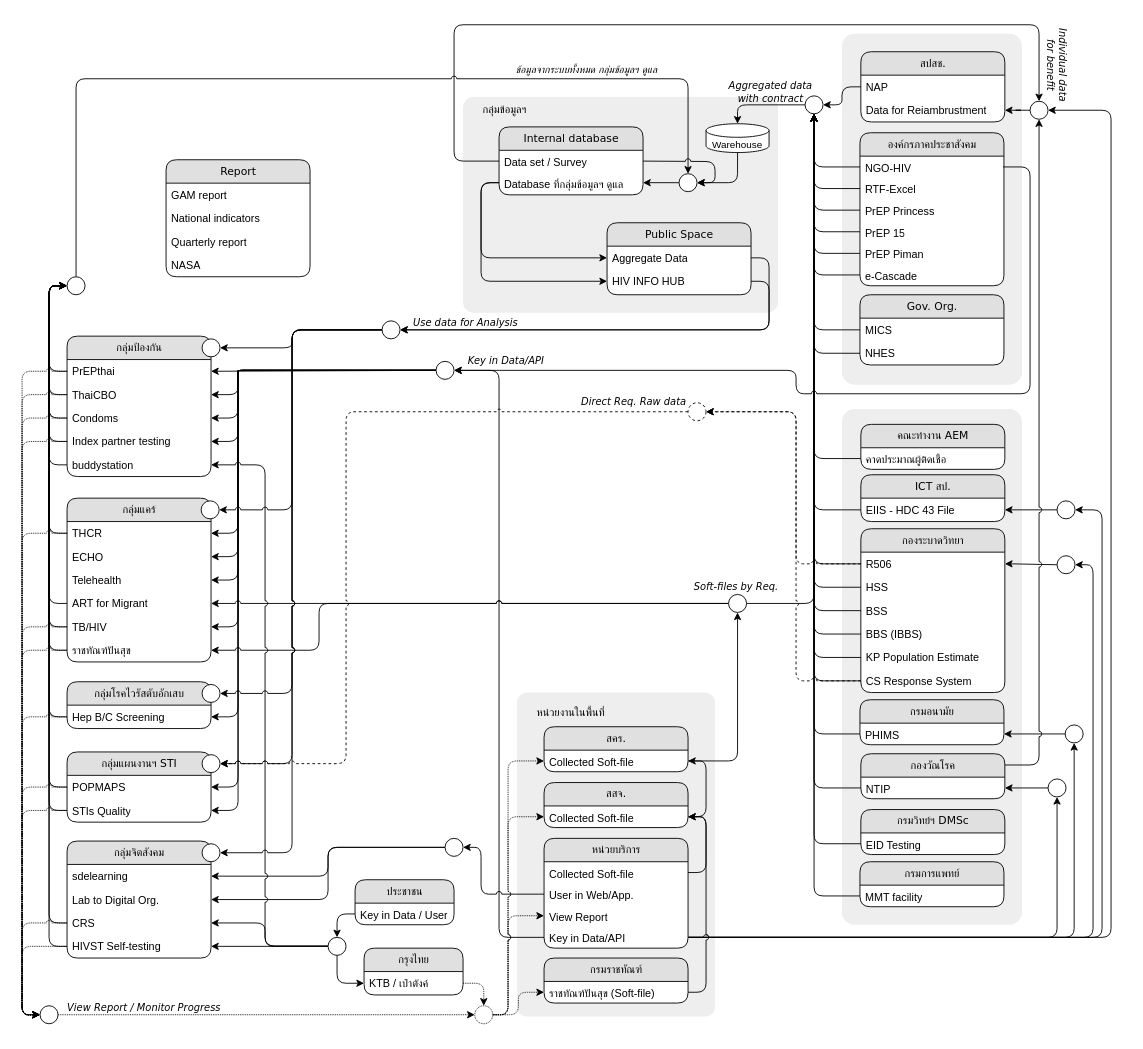
This is page "V2" (1 of 3) of DataSourceOVW.drawio from anun311/regist, a draw.io file, before an edit. Source tidied: cells renumbered, new cells numbered last; positions are measured from the earlier drawing's top-left corner, leaving out a move shared by most shapes. Both pictures are drawn from the tidied source at 90%, with x=0, y=0 at pixel (40, 24).
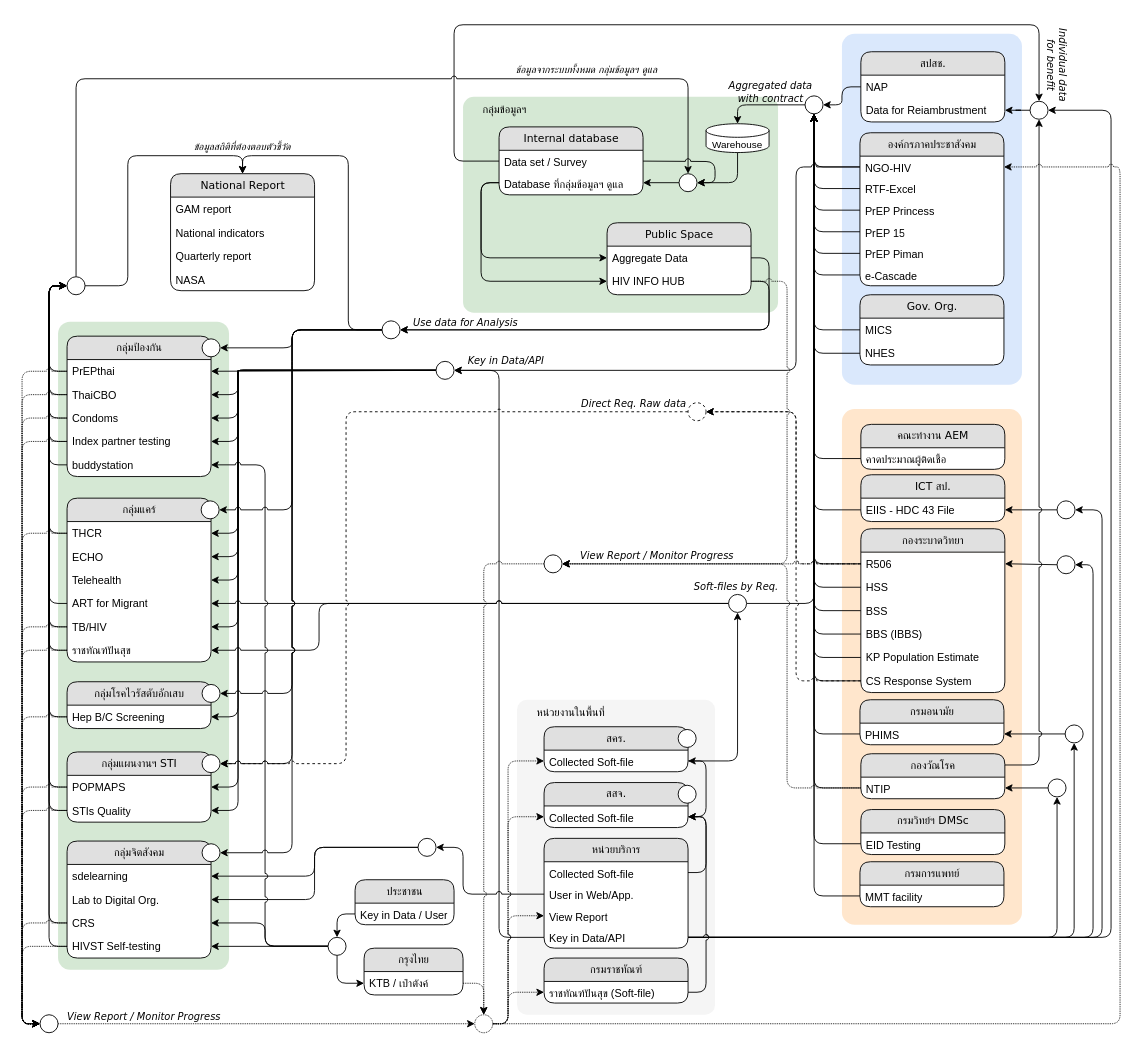
The same diagram, later.

The change refers to these unchanged cells:
```xml
<mxCell id="12" value="R506" style="text;html=1;strokeColor=none;fillColor=none;spacingLeft=4;spacingRight=4;whiteSpace=wrap;overflow=hidden;points=[[0,0.5],[1,0.5]];portConstraint=eastwest;" parent="11" vertex="1">
  <mxGeometry y="26" width="160" height="26" as="geometry" />
</mxCell>
<mxCell id="21" value="NGO-HIV" style="text;html=1;strokeColor=none;fillColor=none;spacingLeft=4;spacingRight=4;whiteSpace=wrap;overflow=hidden;points=[[0,0.5],[1,0.5]];portConstraint=eastwest;" parent="20" vertex="1">
  <mxGeometry y="26" width="160" height="24" as="geometry" />
</mxCell>
<mxCell id="30" value="NTIP" style="text;html=1;strokeColor=none;fillColor=none;spacingLeft=4;spacingRight=4;whiteSpace=wrap;overflow=hidden;points=[[0,0.5],[1,0.5]];portConstraint=eastwest;" parent="29" vertex="1">
  <mxGeometry y="26" width="160" height="24" as="geometry" />
</mxCell>
<mxCell id="37" value="User in Web/App." style="text;html=1;strokeColor=none;fillColor=none;spacingLeft=4;spacingRight=4;whiteSpace=wrap;overflow=hidden;points=[[0,0.5],[1,0.5]];portConstraint=eastwest;" parent="35" vertex="1">
  <mxGeometry y="50" width="160" height="24" as="geometry" />
</mxCell>
<mxCell id="38" value="View Report" style="text;html=1;strokeColor=none;fillColor=none;spacingLeft=4;spacingRight=4;whiteSpace=wrap;overflow=hidden;points=[[0,0.5],[1,0.5]];portConstraint=eastwest;" parent="35" vertex="1">
  <mxGeometry y="74" width="160" height="24" as="geometry" />
</mxCell>
<mxCell id="43" value="HIV INFO HUB" style="text;html=1;strokeColor=none;fillColor=none;spacingLeft=4;spacingRight=4;whiteSpace=wrap;overflow=hidden;points=[[0,0.5],[1,0.5]];portConstraint=eastwest;" parent="41" vertex="1">
  <mxGeometry y="52" width="160" height="26" as="geometry" />
</mxCell>
<mxCell id="83" value="Collected Soft-file" style="text;html=1;strokeColor=none;fillColor=none;spacingLeft=4;spacingRight=4;whiteSpace=wrap;overflow=hidden;points=[[0,0.5],[1,0.5]];portConstraint=eastwest;" parent="82" vertex="1">
  <mxGeometry y="26" width="160" height="24" as="geometry" />
</mxCell>
<mxCell id="85" value="Collected Soft-file" style="text;html=1;strokeColor=none;fillColor=none;spacingLeft=4;spacingRight=4;whiteSpace=wrap;overflow=hidden;points=[[0,0.5],[1,0.5]];portConstraint=eastwest;" parent="84" vertex="1">
  <mxGeometry y="26" width="160" height="24" as="geometry" />
</mxCell>
<mxCell id="144" style="ellipse;whiteSpace=wrap;html=1;fontFamily=Helvetica;fontSize=11;fontColor=default;" parent="1" vertex="1">
  <mxGeometry x="440" y="374" width="20" height="20" as="geometry" />
</mxCell>
<mxCell id="147" value="ราชทัณฑ์ปันสุข (Soft-file)" style="text;html=1;strokeColor=none;fillColor=none;spacingLeft=4;spacingRight=4;whiteSpace=wrap;overflow=hidden;points=[[0,0.5],[1,0.5]];portConstraint=eastwest;" parent="146" vertex="1">
  <mxGeometry y="26" width="160" height="24" as="geometry" />
</mxCell>
<mxCell id="166" style="ellipse;whiteSpace=wrap;html=1;fontFamily=Helvetica;fontSize=11;fontColor=default;" parent="1" vertex="1">
  <mxGeometry x="30" y="280" width="20" height="20" as="geometry" />
</mxCell>
<mxCell id="190" style="ellipse;whiteSpace=wrap;html=1;fontFamily=Helvetica;fontSize=11;fontColor=default;" parent="1" vertex="1">
  <mxGeometry x="380" y="329" width="20" height="20" as="geometry" />
</mxCell>
```

What changed in the source:
```diff
@@
+    <mxCell id="229" style="rounded=1;whiteSpace=wrap;html=1;fontFamily=Helvetica;fontSize=11;arcSize=7;fillColor=#d5e8d4;strokeColor=none;" parent="1" vertex="1">
+      <mxGeometry x="20" y="330" width="190" height="720" as="geometry" />
+    </mxCell>
-    <mxCell id="2" style="rounded=1;whiteSpace=wrap;html=1;fontFamily=Helvetica;fontSize=11;arcSize=7;fillColor=#eeeeee;strokeColor=none;" parent="1" vertex="1">
+    <mxCell id="2" style="rounded=1;whiteSpace=wrap;html=1;fontFamily=Helvetica;fontSize=11;arcSize=7;fillColor=#ffe6cc;strokeColor=none;" parent="1" vertex="1">
       <mxGeometry x="891" y="427" width="200" height="573" as="geometry" />
     </mxCell>
@@
-    <mxCell id="4" style="rounded=1;whiteSpace=wrap;html=1;fontFamily=Helvetica;fontSize=11;arcSize=5;fillColor=#eeeeee;strokeColor=none;" parent="1" vertex="1">
-      <mxGeometry x="530" y="742" width="220" height="360" as="geometry" />
+    <mxCell id="4" style="rounded=1;whiteSpace=wrap;html=1;fontFamily=Helvetica;fontSize=11;arcSize=5;fillColor=#f5f5f5;strokeColor=none;fontColor=#333333;" parent="1" vertex="1">
+      <mxGeometry x="530" y="750" width="220" height="350" as="geometry" />
     </mxCell>
-    <mxCell id="5" style="rounded=1;whiteSpace=wrap;html=1;fontFamily=Helvetica;fontSize=11;arcSize=7;fillColor=#eeeeee;strokeColor=none;" parent="1" vertex="1">
+    <mxCell id="5" style="rounded=1;whiteSpace=wrap;html=1;fontFamily=Helvetica;fontSize=11;arcSize=7;fillColor=#dae8fc;strokeColor=none;" parent="1" vertex="1">
       <mxGeometry x="891" y="10" width="200" height="390" as="geometry" />
     </mxCell>
@@
-    <mxCell id="40" style="rounded=1;whiteSpace=wrap;html=1;fontFamily=Helvetica;fontSize=11;arcSize=5;fillColor=#eeeeee;strokeColor=none;" parent="1" vertex="1">
+    <mxCell id="40" style="rounded=1;whiteSpace=wrap;html=1;fontFamily=Helvetica;fontSize=11;arcSize=5;fillColor=#d5e8d4;strokeColor=none;" parent="1" vertex="1">
       <mxGeometry x="470" y="80" width="350" height="240" as="geometry" />
     </mxCell>
@@
-    <mxCell id="101" value="Report" style="swimlane;html=1;fontStyle=0;horizontal=1;startSize=26;fillColor=#e0e0e0;swimlaneFillColor=#ffffff;align=center;rounded=1;shadow=0;comic=0;labelBackgroundColor=none;strokeWidth=1;fontFamily=Verdana;fontSize=12;" parent="1" vertex="1">
-      <mxGeometry x="140" y="150" width="160" height="130" as="geometry" />
+    <mxCell id="101" value="National Report" style="swimlane;html=1;fontStyle=0;horizontal=1;startSize=26;fillColor=#e0e0e0;swimlaneFillColor=#ffffff;align=center;rounded=1;shadow=0;comic=0;labelBackgroundColor=none;strokeWidth=1;fontFamily=Verdana;fontSize=12;" parent="1" vertex="1">
+      <mxGeometry x="145" y="165.5" width="160" height="130" as="geometry" />
     </mxCell>
@@
     <mxCell id="132" style="ellipse;whiteSpace=wrap;html=1;fontFamily=Helvetica;fontSize=11;fontColor=default;" parent="1" vertex="1">
-      <mxGeometry x="450" y="904" width="20" height="20" as="geometry" />
+      <mxGeometry x="420" y="904" width="20" height="20" as="geometry" />
     </mxCell>
@@
     <mxCell id="152" style="edgeStyle=orthogonalEdgeStyle;shape=connector;rounded=1;jumpStyle=arc;jettySize=auto;html=1;labelBackgroundColor=default;strokeColor=default;align=center;verticalAlign=middle;fontFamily=Helvetica;fontSize=11;fontColor=default;endArrow=classic;entryX=1;entryY=0.5;entryDx=0;entryDy=0;" parent="1" edge="1" source="37" target="132">
       <mxGeometry relative="1" as="geometry">
         <Array as="points">
-          <mxPoint x="490" y="966" />
-          <mxPoint x="490" y="914" />
+          <mxPoint x="470" y="966" />
+          <mxPoint x="470" y="914" />
         </Array>
       </mxGeometry>
     </mxCell>
@@
+    <mxCell id="230" style="shape=connector;rounded=1;jumpStyle=arc;jettySize=auto;html=1;entryX=0.5;entryY=0;entryDx=0;entryDy=0;labelBackgroundColor=default;strokeColor=default;align=center;verticalAlign=middle;fontFamily=Helvetica;fontSize=11;fontColor=default;endArrow=classic;edgeStyle=orthogonalEdgeStyle;" parent="1" edge="1" source="166" target="101">
+      <mxGeometry relative="1" as="geometry" />
+    </mxCell>
@@
+    <mxCell id="231" style="edgeStyle=orthogonalEdgeStyle;shape=connector;rounded=1;jumpStyle=arc;jettySize=auto;html=1;entryX=0.5;entryY=0;entryDx=0;entryDy=0;labelBackgroundColor=default;strokeColor=default;align=center;verticalAlign=middle;fontFamily=Helvetica;fontSize=11;fontColor=default;endArrow=classic;" parent="1" edge="1" source="190" target="101">
+      <mxGeometry relative="1" as="geometry" />
+    </mxCell>
@@
     <mxCell id="203" value="Direct Req. Raw data" style="text;html=1;strokeColor=none;fillColor=none;align=center;verticalAlign=middle;whiteSpace=wrap;rounded=0;fontSize=11;fontFamily=Verdana;fontColor=default;fontStyle=2;" parent="1" vertex="1">
-      <mxGeometry x="600" y="404" width="120" height="30" as="geometry" />
+      <mxGeometry x="600" y="406" width="120" height="30" as="geometry" />
     </mxCell>
@@
-    <mxCell id="206" style="shape=connector;rounded=1;jumpStyle=arc;jettySize=auto;html=1;entryX=1;entryY=0.5;entryDx=0;entryDy=0;labelBackgroundColor=default;strokeColor=default;align=center;verticalAlign=middle;fontFamily=Helvetica;fontSize=11;fontColor=default;endArrow=classic;edgeStyle=orthogonalEdgeStyle;" parent="1" edge="1" target="144">
-      <mxGeometry relative="1" as="geometry">
-        <mxPoint x="1070" y="158" as="sourcePoint" />
-        <Array as="points">
-          <mxPoint x="1100" y="158" />
-          <mxPoint x="1100" y="410" />
-          <mxPoint x="840" y="410" />
-          <mxPoint x="840" y="384" />
-        </Array>
-      </mxGeometry>
-    </mxCell>
@@
     <mxCell id="208" style="ellipse;whiteSpace=wrap;html=1;fontFamily=Helvetica;fontSize=11;fontColor=default;" parent="1" vertex="1">
-      <mxGeometry y="1090" width="20" height="20" as="geometry" />
+      <mxGeometry y="1100" width="20" height="20" as="geometry" />
     </mxCell>
     <mxCell id="209" value="View Report / Monitor Progress&amp;nbsp;" style="text;html=1;strokeColor=none;fillColor=none;align=center;verticalAlign=middle;whiteSpace=wrap;rounded=0;fontSize=11;fontFamily=Verdana;fontColor=default;fontStyle=2;" parent="1" vertex="1">
-      <mxGeometry x="20" y="1077" width="195" height="30" as="geometry" />
+      <mxGeometry x="20" y="1087" width="195" height="30" as="geometry" />
     </mxCell>
     <mxCell id="210" style="edgeStyle=orthogonalEdgeStyle;shape=connector;rounded=1;jumpStyle=arc;jettySize=auto;html=1;exitX=1;exitY=0.5;exitDx=0;exitDy=0;entryX=0;entryY=0.5;entryDx=0;entryDy=0;dashed=1;dashPattern=1 1;labelBackgroundColor=default;strokeColor=default;align=center;verticalAlign=middle;fontFamily=Helvetica;fontSize=11;fontColor=default;endArrow=classic;" parent="1" edge="1" source="214" target="147">
-      <mxGeometry relative="1" as="geometry" />
+      <mxGeometry relative="1" as="geometry">
+        <Array as="points">
+          <mxPoint x="520" y="1110" />
+          <mxPoint x="520" y="1075" />
+        </Array>
+      </mxGeometry>
     </mxCell>
-    <mxCell id="211" style="edgeStyle=orthogonalEdgeStyle;shape=connector;rounded=1;jumpStyle=arc;jettySize=auto;html=1;entryX=0;entryY=0.5;entryDx=0;entryDy=0;dashed=1;dashPattern=1 1;labelBackgroundColor=default;strokeColor=default;align=center;verticalAlign=middle;fontFamily=Helvetica;fontSize=11;fontColor=default;endArrow=classic;" parent="1" edge="1" source="214" target="38">
+    <mxCell id="211" style="edgeStyle=orthogonalEdgeStyle;shape=connector;rounded=1;jumpStyle=arc;jettySize=auto;html=1;entryX=0;entryY=0.5;entryDx=0;entryDy=0;dashed=1;dashPattern=1 1;labelBackgroundColor=default;strokeColor=default;align=center;verticalAlign=middle;fontFamily=Helvetica;fontSize=11;fontColor=default;endArrow=classic;exitX=1;exitY=0.5;exitDx=0;exitDy=0;" parent="1" edge="1" source="214" target="38">
       <mxGeometry relative="1" as="geometry">
         <Array as="points">
-          <mxPoint x="520" y="1100" />
+          <mxPoint x="520" y="1110" />
           <mxPoint x="520" y="990" />
         </Array>
       </mxGeometry>
     </mxCell>
-    <mxCell id="212" style="edgeStyle=orthogonalEdgeStyle;shape=connector;rounded=1;jumpStyle=arc;jettySize=auto;html=1;entryX=0;entryY=0.5;entryDx=0;entryDy=0;dashed=1;dashPattern=1 1;labelBackgroundColor=default;strokeColor=default;align=center;verticalAlign=middle;fontFamily=Helvetica;fontSize=11;fontColor=default;endArrow=classic;" parent="1" edge="1" source="214" target="85">
+    <mxCell id="212" style="edgeStyle=orthogonalEdgeStyle;shape=connector;rounded=1;jumpStyle=arc;jettySize=auto;html=1;entryX=0;entryY=0.5;entryDx=0;entryDy=0;dashed=1;dashPattern=1 1;labelBackgroundColor=default;strokeColor=default;align=center;verticalAlign=middle;fontFamily=Helvetica;fontSize=11;fontColor=default;endArrow=classic;exitX=1;exitY=0.5;exitDx=0;exitDy=0;" parent="1" edge="1" source="214" target="85">
       <mxGeometry relative="1" as="geometry">
         <Array as="points">
-          <mxPoint x="520" y="1100" />
+          <mxPoint x="520" y="1110" />
           <mxPoint x="520" y="880" />
         </Array>
       </mxGeometry>
     </mxCell>
-    <mxCell id="213" style="edgeStyle=orthogonalEdgeStyle;shape=connector;rounded=1;jumpStyle=arc;jettySize=auto;html=1;entryX=0;entryY=0.5;entryDx=0;entryDy=0;dashed=1;dashPattern=1 1;labelBackgroundColor=default;strokeColor=default;align=center;verticalAlign=middle;fontFamily=Helvetica;fontSize=11;fontColor=default;endArrow=classic;" parent="1" edge="1" source="214" target="83">
+    <mxCell id="213" style="edgeStyle=orthogonalEdgeStyle;shape=connector;rounded=1;jumpStyle=arc;jettySize=auto;html=1;entryX=0;entryY=0.5;entryDx=0;entryDy=0;dashed=1;dashPattern=1 1;labelBackgroundColor=default;strokeColor=default;align=center;verticalAlign=middle;fontFamily=Helvetica;fontSize=11;fontColor=default;endArrow=classic;exitX=1;exitY=0.5;exitDx=0;exitDy=0;" parent="1" edge="1" source="214" target="83">
       <mxGeometry relative="1" as="geometry">
         <Array as="points">
-          <mxPoint x="520" y="1100" />
+          <mxPoint x="520" y="1110" />
           <mxPoint x="520" y="818" />
         </Array>
       </mxGeometry>
     </mxCell>
+    <mxCell id="232" style="edgeStyle=orthogonalEdgeStyle;shape=connector;rounded=1;jumpStyle=arc;jettySize=auto;html=1;entryX=1;entryY=0.5;entryDx=0;entryDy=0;dashed=1;dashPattern=1 1;labelBackgroundColor=default;strokeColor=default;align=center;verticalAlign=middle;fontFamily=Helvetica;fontSize=11;fontColor=default;endArrow=classic;exitX=1;exitY=0.5;exitDx=0;exitDy=0;" parent="1" edge="1" source="214" target="21">
+      <mxGeometry relative="1" as="geometry">
+        <Array as="points">
+          <mxPoint x="1200" y="1110" />
+          <mxPoint x="1200" y="158" />
+        </Array>
+      </mxGeometry>
+    </mxCell>
     <mxCell id="214" style="ellipse;whiteSpace=wrap;html=1;fontFamily=Helvetica;fontSize=11;fontColor=default;dashed=1;dashPattern=1 1;" parent="1" vertex="1">
-      <mxGeometry x="483" y="1090" width="20" height="20" as="geometry" />
+      <mxGeometry x="483" y="1100" width="20" height="20" as="geometry" />
     </mxCell>
@@
+    <mxCell id="206" style="shape=connector;rounded=1;jumpStyle=arc;jettySize=auto;html=1;entryX=1;entryY=0.5;entryDx=0;entryDy=0;labelBackgroundColor=default;strokeColor=default;align=center;verticalAlign=middle;fontFamily=Helvetica;fontSize=11;fontColor=default;endArrow=classic;edgeStyle=orthogonalEdgeStyle;exitX=0;exitY=0.5;exitDx=0;exitDy=0;" parent="1" edge="1" source="21" target="144">
+      <mxGeometry relative="1" as="geometry">
+        <Array as="points">
+          <mxPoint x="840" y="158" />
+          <mxPoint x="840" y="384" />
+        </Array>
+      </mxGeometry>
+    </mxCell>
+    <mxCell id="233" value="ข้อมูลสถิติที่ต้องตอบตัวชี้วัด" style="text;html=1;strokeColor=none;fillColor=none;align=center;verticalAlign=middle;whiteSpace=wrap;rounded=0;fontSize=11;fontFamily=Verdana;fontColor=default;fontStyle=2;" parent="1" vertex="1">
+      <mxGeometry x="160" y="121" width="130" height="30" as="geometry" />
+    </mxCell>
+    <mxCell id="234" style="ellipse;whiteSpace=wrap;html=1;fontFamily=Helvetica;fontSize=11;fontColor=default;" parent="1" vertex="1">
+      <mxGeometry x="709" y="783" width="20" height="20" as="geometry" />
+    </mxCell>
+    <mxCell id="235" style="ellipse;whiteSpace=wrap;html=1;fontFamily=Helvetica;fontSize=11;fontColor=default;" parent="1" vertex="1">
+      <mxGeometry x="709" y="845" width="20" height="20" as="geometry" />
+    </mxCell>
+    <mxCell id="236" style="edgeStyle=orthogonalEdgeStyle;shape=connector;rounded=1;jumpStyle=arc;jettySize=auto;html=1;entryX=0.5;entryY=0;entryDx=0;entryDy=0;dashed=1;dashPattern=1 1;labelBackgroundColor=default;strokeColor=default;align=center;verticalAlign=middle;fontFamily=Helvetica;fontSize=11;fontColor=default;endArrow=classic;" parent="1" edge="1" source="237" target="214">
+      <mxGeometry relative="1" as="geometry" />
+    </mxCell>
+    <mxCell id="237" style="ellipse;whiteSpace=wrap;html=1;fontFamily=Helvetica;fontSize=11;fontColor=default;" parent="1" vertex="1">
+      <mxGeometry x="560" y="589" width="20" height="20" as="geometry" />
+    </mxCell>
+    <mxCell id="238" value="View Report / Monitor Progress&amp;nbsp;" style="text;html=1;strokeColor=none;fillColor=none;align=center;verticalAlign=middle;whiteSpace=wrap;rounded=0;fontSize=11;fontFamily=Verdana;fontColor=default;fontStyle=2;" parent="1" vertex="1">
+      <mxGeometry x="590" y="575" width="195" height="30" as="geometry" />
+    </mxCell>
+    <mxCell id="239" style="edgeStyle=orthogonalEdgeStyle;shape=connector;rounded=1;jumpStyle=arc;jettySize=auto;html=1;dashed=1;dashPattern=1 1;labelBackgroundColor=default;strokeColor=default;align=center;verticalAlign=middle;fontFamily=Helvetica;fontSize=11;fontColor=default;endArrow=classic;entryX=1;entryY=0.5;entryDx=0;entryDy=0;" parent="1" edge="1" source="12" target="237">
+      <mxGeometry relative="1" as="geometry" />
+    </mxCell>
+    <mxCell id="240" style="edgeStyle=orthogonalEdgeStyle;shape=connector;rounded=1;jumpStyle=arc;jettySize=auto;html=1;entryX=1;entryY=0.5;entryDx=0;entryDy=0;dashed=1;dashPattern=1 1;labelBackgroundColor=default;strokeColor=default;align=center;verticalAlign=middle;fontFamily=Helvetica;fontSize=11;fontColor=default;endArrow=classic;" parent="1" edge="1" source="43" target="237">
+      <mxGeometry relative="1" as="geometry">
+        <Array as="points">
+          <mxPoint x="830" y="285" />
+          <mxPoint x="830" y="599" />
+        </Array>
+      </mxGeometry>
+    </mxCell>
+    <mxCell id="241" style="edgeStyle=orthogonalEdgeStyle;shape=connector;rounded=1;jumpStyle=arc;jettySize=auto;html=1;entryX=1;entryY=0.5;entryDx=0;entryDy=0;dashed=1;dashPattern=1 1;labelBackgroundColor=default;strokeColor=default;align=center;verticalAlign=middle;fontFamily=Helvetica;fontSize=11;fontColor=default;endArrow=classic;" parent="1" edge="1" source="30" target="237">
+      <mxGeometry relative="1" as="geometry">
+        <Array as="points">
+          <mxPoint x="830" y="848" />
+          <mxPoint x="830" y="599" />
+        </Array>
+      </mxGeometry>
+    </mxCell>
```
